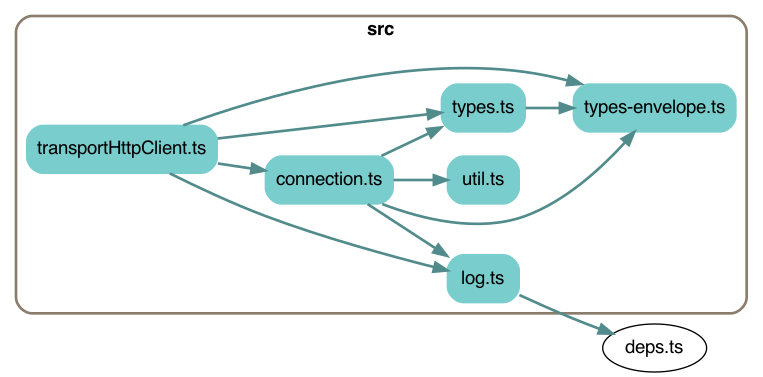
This is depchart/depchart-simple.png from earthstar-project/earthstar-streaming-rpc, a Graphviz export, as it was before one commit. Its source is kept beside it as depchart/depchart-simple.dot.
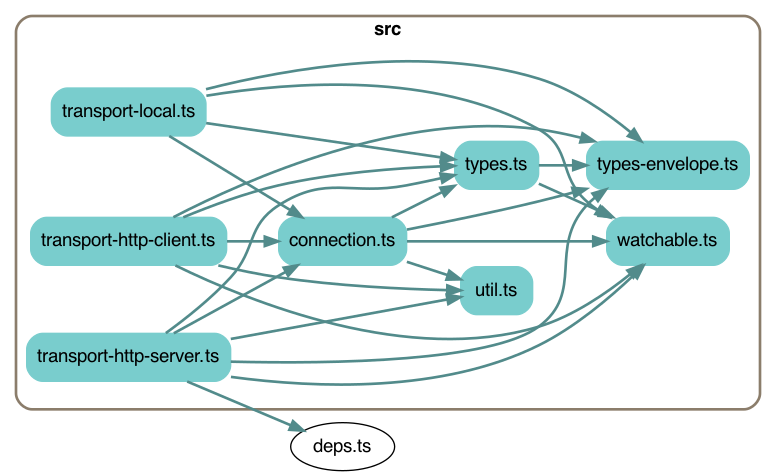
Above is the later version.

Diff of the diagram source:
```diff
@@ -7,29 +7,42 @@
     edge [fontname = "helvetica"];
 
 
-    subgraph cluster4560059362 {
+    subgraph cluster3346056155 {
         label=<<b>src</b>>;
         style="rounded";
         color=bisque4;
         penwidth=2;
 
         "src/connection.ts" [label="connection.ts", shape=rectangle; style="rounded,filled"; color=darkslategray3];
-        "src/log.ts" [label="log.ts", shape=rectangle; style="rounded,filled"; color=darkslategray3];
-        "src/transportHttpClient.ts" [label="transportHttpClient.ts", shape=rectangle; style="rounded,filled"; color=darkslategray3];
+        "src/transport-http-client.ts" [label="transport-http-client.ts", shape=rectangle; style="rounded,filled"; color=darkslategray3];
+        "src/transport-http-server.ts" [label="transport-http-server.ts", shape=rectangle; style="rounded,filled"; color=darkslategray3];
+        "src/transport-local.ts" [label="transport-local.ts", shape=rectangle; style="rounded,filled"; color=darkslategray3];
         "src/types-envelope.ts" [label="types-envelope.ts", shape=rectangle; style="rounded,filled"; color=darkslategray3];
         "src/types.ts" [label="types.ts", shape=rectangle; style="rounded,filled"; color=darkslategray3];
         "src/util.ts" [label="util.ts", shape=rectangle; style="rounded,filled"; color=darkslategray3];
+        "src/watchable.ts" [label="watchable.ts", shape=rectangle; style="rounded,filled"; color=darkslategray3];
     }
 
     "src/connection.ts" -> "src/types.ts" [penwidth=2; color=darkslategray4];
     "src/connection.ts" -> "src/types-envelope.ts" [penwidth=2; color=darkslategray4];
+    "src/connection.ts" -> "src/watchable.ts" [penwidth=2; color=darkslategray4];
     "src/connection.ts" -> "src/util.ts" [penwidth=2; color=darkslategray4];
-    "src/connection.ts" -> "src/log.ts" [penwidth=2; color=darkslategray4];
-    "src/log.ts" -> "deps.ts" [penwidth=2; color=darkslategray4];
-    "src/transportHttpClient.ts" -> "src/types.ts" [penwidth=2; color=darkslategray4];
-    "src/transportHttpClient.ts" -> "src/types-envelope.ts" [penwidth=2; color=darkslategray4];
-    "src/transportHttpClient.ts" -> "src/connection.ts" [penwidth=2; color=darkslategray4];
-    "src/transportHttpClient.ts" -> "src/log.ts" [penwidth=2; color=darkslategray4];
+    "src/transport-http-client.ts" -> "src/types.ts" [penwidth=2; color=darkslategray4];
+    "src/transport-http-client.ts" -> "src/types-envelope.ts" [penwidth=2; color=darkslategray4];
+    "src/transport-http-client.ts" -> "src/watchable.ts" [penwidth=2; color=darkslategray4];
+    "src/transport-http-client.ts" -> "src/util.ts" [penwidth=2; color=darkslategray4];
+    "src/transport-http-client.ts" -> "src/connection.ts" [penwidth=2; color=darkslategray4];
+    "src/transport-http-server.ts" -> "src/types.ts" [penwidth=2; color=darkslategray4];
+    "src/transport-http-server.ts" -> "src/types-envelope.ts" [penwidth=2; color=darkslategray4];
+    "src/transport-http-server.ts" -> "src/util.ts" [penwidth=2; color=darkslategray4];
+    "src/transport-http-server.ts" -> "src/watchable.ts" [penwidth=2; color=darkslategray4];
+    "src/transport-http-server.ts" -> "src/connection.ts" [penwidth=2; color=darkslategray4];
+    "src/transport-http-server.ts" -> "deps.ts" [penwidth=2; color=darkslategray4];
+    "src/transport-local.ts" -> "src/types.ts" [penwidth=2; color=darkslategray4];
+    "src/transport-local.ts" -> "src/types-envelope.ts" [penwidth=2; color=darkslategray4];
+    "src/transport-local.ts" -> "src/watchable.ts" [penwidth=2; color=darkslategray4];
+    "src/transport-local.ts" -> "src/connection.ts" [penwidth=2; color=darkslategray4];
     "src/types.ts" -> "src/types-envelope.ts" [penwidth=2; color=darkslategray4];
+    "src/types.ts" -> "src/watchable.ts" [penwidth=2; color=darkslategray4];
 
 }
```
